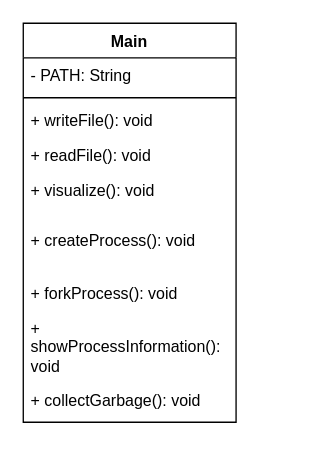
Above: BSRN-Lösungskizze_Alternative2-Klassendiagramm.drawio in ynnskrnr/wi-bsrn-werkstueck_a (draw.io), before the change. Source tidied: cells renumbered, new cells numbered last; positions are measured from the earlier drawing's top-left corner, leaving out a move shared by most shapes. Both pictures are drawn from the tidied source at 133%, with x=0, y=0 at pixel (23, 23).
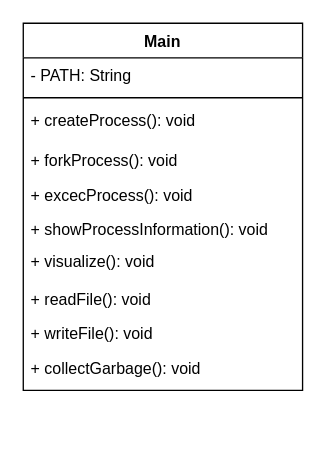
After the change.

Diff of the diagram source:
```diff
@@
 <mxGraphModel>
   <root>
     <mxCell id="0" />
     <mxCell id="1" parent="0" />
     <mxCell id="2" value="Main" style="swimlane;fontStyle=1;align=center;verticalAlign=top;horizontal=1;startSize=26;whiteSpace=wrap;html=1;" parent="1" vertex="1">
-      <mxGeometry width="160" height="300" as="geometry" />
+      <mxGeometry width="210" height="276" as="geometry" />
     </mxCell>
     <mxCell id="3" value="- PATH: String" style="text;strokeColor=none;fillColor=none;align=left;verticalAlign=top;spacingLeft=4;spacingRight=4;overflow=hidden;whiteSpace=wrap;html=1;" parent="2" vertex="1">
-      <mxGeometry y="26" width="160" height="26" as="geometry" />
+      <mxGeometry y="26" width="210" height="26" as="geometry" />
     </mxCell>
     <mxCell id="4" style="line;strokeWidth=1;fillColor=none;align=left;verticalAlign=middle;spacingTop=-1;spacingLeft=3;spacingRight=3;labelPosition=right;strokeColor=inherit;" parent="2" vertex="1">
-      <mxGeometry y="52" width="160" height="8" as="geometry" />
+      <mxGeometry y="52" width="210" height="8" as="geometry" />
     </mxCell>
-    <mxCell id="5" value="+ writeFile(): void" style="text;strokeColor=none;fillColor=none;align=left;verticalAlign=top;spacingLeft=4;spacingRight=4;overflow=hidden;whiteSpace=wrap;html=1;" parent="2" vertex="1">
-      <mxGeometry y="60" width="160" height="26" as="geometry" />
-    </mxCell>
-    <mxCell id="6" value="+ readFile(): void" style="text;strokeColor=none;fillColor=none;align=left;verticalAlign=top;spacingLeft=4;spacingRight=4;overflow=hidden;whiteSpace=wrap;html=1;" parent="2" vertex="1">
-      <mxGeometry y="86" width="160" height="26" as="geometry" />
-    </mxCell>
-    <mxCell id="7" value="+ visualize(): void" style="text;strokeColor=none;fillColor=none;align=left;verticalAlign=top;spacingLeft=4;spacingRight=4;overflow=hidden;whiteSpace=wrap;html=1;" parent="2" vertex="1">
-      <mxGeometry y="112" width="160" height="38" as="geometry" />
-    </mxCell>
     <mxCell id="8" value="+ createProcess(): void" style="text;strokeColor=none;fillColor=none;align=left;verticalAlign=top;spacingLeft=4;spacingRight=4;overflow=hidden;whiteSpace=wrap;html=1;" parent="2" vertex="1">
-      <mxGeometry y="150" width="160" height="40" as="geometry" />
+      <mxGeometry y="60" width="210" height="30" as="geometry" />
     </mxCell>
     <mxCell id="9" value="+ forkProcess(): void" style="text;strokeColor=none;fillColor=none;align=left;verticalAlign=top;spacingLeft=4;spacingRight=4;overflow=hidden;whiteSpace=wrap;html=1;" parent="2" vertex="1">
-      <mxGeometry y="190" width="160" height="26" as="geometry" />
+      <mxGeometry y="90" width="210" height="26" as="geometry" />
     </mxCell>
+    <mxCell id="12" value="+ excecProcess(): void" style="text;strokeColor=none;fillColor=none;align=left;verticalAlign=top;spacingLeft=4;spacingRight=4;overflow=hidden;whiteSpace=wrap;html=1;" parent="2" vertex="1">
+      <mxGeometry y="116" width="210" height="26" as="geometry" />
+    </mxCell>
     <mxCell id="10" value="+ showProcessInformation(): void" style="text;strokeColor=none;fillColor=none;align=left;verticalAlign=top;spacingLeft=4;spacingRight=4;overflow=hidden;whiteSpace=wrap;html=1;" parent="2" vertex="1">
-      <mxGeometry y="216" width="160" height="54" as="geometry" />
+      <mxGeometry y="142" width="210" height="24" as="geometry" />
     </mxCell>
+    <mxCell id="7" value="+ visualize(): void" style="text;strokeColor=none;fillColor=none;align=left;verticalAlign=top;spacingLeft=4;spacingRight=4;overflow=hidden;whiteSpace=wrap;html=1;" parent="2" vertex="1">
+      <mxGeometry y="166" width="210" height="28" as="geometry" />
+    </mxCell>
+    <mxCell id="6" value="+ readFile(): void" style="text;strokeColor=none;fillColor=none;align=left;verticalAlign=top;spacingLeft=4;spacingRight=4;overflow=hidden;whiteSpace=wrap;html=1;" parent="2" vertex="1">
+      <mxGeometry y="194" width="210" height="26" as="geometry" />
+    </mxCell>
+    <mxCell id="5" value="+ writeFile(): void" style="text;strokeColor=none;fillColor=none;align=left;verticalAlign=top;spacingLeft=4;spacingRight=4;overflow=hidden;whiteSpace=wrap;html=1;" parent="2" vertex="1">
+      <mxGeometry y="220" width="210" height="26" as="geometry" />
+    </mxCell>
     <mxCell id="11" value="+ collectGarbage(): void" style="text;strokeColor=none;fillColor=none;align=left;verticalAlign=top;spacingLeft=4;spacingRight=4;overflow=hidden;whiteSpace=wrap;html=1;" parent="2" vertex="1">
-      <mxGeometry y="270" width="160" height="30" as="geometry" />
+      <mxGeometry y="246" width="210" height="30" as="geometry" />
     </mxCell>
   </root>
 </mxGraphModel>
```
